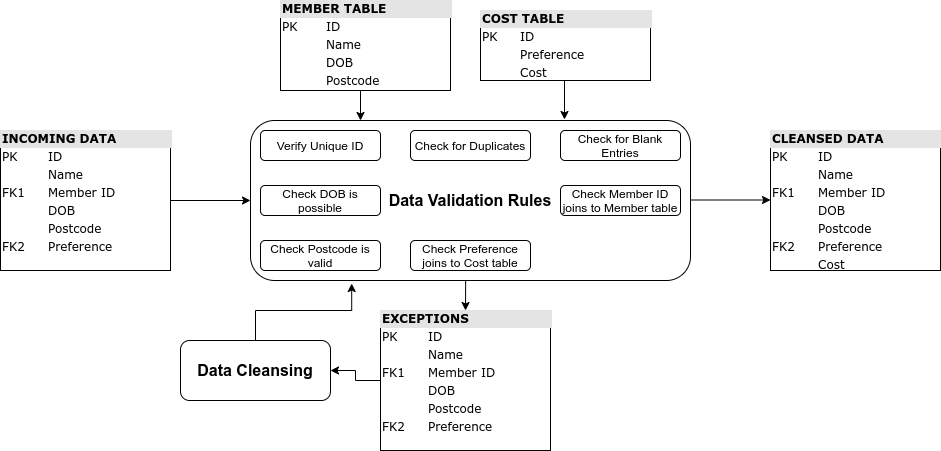
Above: DirtyData.png in MarkChevallier/DirtyData (draw.io), before the change. Source tidied: cells renumbered, new cells last; positions are measured from the earlier drawing's top-left corner, leaving out a move shared by most shapes. Source of this version:
```xml
<mxGraphModel background="#ffffff">
  <root>
    <mxCell id="0" />
    <mxCell id="1" parent="0" />
    <mxCell id="2" value="&lt;div style=&quot;box-sizing: border-box ; width: 100% ; background: #e4e4e4 ; padding: 2px&quot;&gt;&lt;b&gt;INCOMING DATA&lt;/b&gt;&lt;/div&gt;&lt;table style=&quot;width: 100% ; font-size: 1em&quot; cellpadding=&quot;2&quot; cellspacing=&quot;0&quot;&gt;&lt;tbody&gt;&lt;tr&gt;&lt;td&gt;PK&lt;/td&gt;&lt;td&gt;ID&lt;br&gt;&lt;/td&gt;&lt;/tr&gt;&lt;tr&gt;&lt;td&gt;&lt;/td&gt;&lt;td&gt;Name&lt;/td&gt;&lt;/tr&gt;&lt;tr&gt;&lt;td&gt;FK1&lt;br&gt;&lt;/td&gt;&lt;td&gt;Member ID&lt;br&gt;&lt;/td&gt;&lt;/tr&gt;&lt;tr&gt;&lt;td&gt;&lt;br&gt;&lt;/td&gt;&lt;td&gt;DOB&lt;br&gt;&lt;/td&gt;&lt;/tr&gt;&lt;tr&gt;&lt;td&gt;&lt;br&gt;&lt;/td&gt;&lt;td&gt;Postcode&lt;br&gt;&lt;/td&gt;&lt;/tr&gt;&lt;tr&gt;&lt;td&gt;FK2&lt;br&gt;&lt;/td&gt;&lt;td&gt;Preference&lt;br&gt;&lt;/td&gt;&lt;/tr&gt;&lt;/tbody&gt;&lt;/table&gt;" style="verticalAlign=top;align=left;overflow=fill;html=1;rounded=0;shadow=0;comic=0;labelBackgroundColor=none;strokeWidth=1;fontFamily=Verdana;fontSize=12;" parent="1" vertex="1">
      <mxGeometry y="130" width="170" height="140" as="geometry" />
    </mxCell>
    <mxCell id="3" style="endArrow=classic;html=1;exitX=1;exitY=0.5;exitDx=0;exitDy=0;" parent="1" edge="1" source="2" target="4">
      <mxGeometry relative="1" as="geometry" />
    </mxCell>
    <mxCell id="4" value="&lt;b style=&quot;font-size: 16px&quot;&gt;Data Validation Rules&lt;/b&gt;" style="rounded=1;whiteSpace=wrap;html=1;" parent="1" vertex="1">
      <mxGeometry x="250" y="120" width="440" height="160" as="geometry" />
    </mxCell>
    <mxCell id="5" value="Verify Unique ID" style="rounded=1;whiteSpace=wrap;html=1;" parent="1" vertex="1">
      <mxGeometry x="260" y="130" width="120" height="30" as="geometry" />
    </mxCell>
    <mxCell id="6" value="Check for Duplicates" style="rounded=1;whiteSpace=wrap;html=1;" parent="1" vertex="1">
      <mxGeometry x="410" y="130" width="120" height="30" as="geometry" />
    </mxCell>
    <mxCell id="7" value="Check for Blank Entries" style="rounded=1;whiteSpace=wrap;html=1;" parent="1" vertex="1">
      <mxGeometry x="560" y="130" width="120" height="30" as="geometry" />
    </mxCell>
    <mxCell id="8" value="Check DOB is possible" style="rounded=1;whiteSpace=wrap;html=1;" parent="1" vertex="1">
      <mxGeometry x="260" y="185" width="120" height="30" as="geometry" />
    </mxCell>
    <mxCell id="9" value="Check Postcode is valid" style="rounded=1;whiteSpace=wrap;html=1;" parent="1" vertex="1">
      <mxGeometry x="260" y="240" width="120" height="30" as="geometry" />
    </mxCell>
    <mxCell id="10" value="Check Preference joins to Cost table" style="rounded=1;whiteSpace=wrap;html=1;" parent="1" vertex="1">
      <mxGeometry x="410" y="240" width="120" height="30" as="geometry" />
    </mxCell>
    <mxCell id="11" value="Check Member ID joins to Member table" style="rounded=1;whiteSpace=wrap;html=1;" parent="1" vertex="1">
      <mxGeometry x="560" y="185" width="120" height="30" as="geometry" />
    </mxCell>
    <mxCell id="12" style="edgeStyle=orthogonalEdgeStyle;rounded=0;jettySize=auto;html=1;exitX=0.5;exitY=1;exitDx=0;exitDy=0;" parent="1" edge="1" source="13">
      <mxGeometry relative="1" as="geometry">
        <mxPoint x="564" y="119" as="targetPoint" />
      </mxGeometry>
    </mxCell>
    <mxCell id="13" value="&lt;div style=&quot;box-sizing: border-box ; width: 100% ; background: #e4e4e4 ; padding: 2px&quot;&gt;&lt;b&gt;COST TABLE&lt;/b&gt;&lt;/div&gt;&lt;table style=&quot;width: 100% ; font-size: 1em&quot; cellpadding=&quot;2&quot; cellspacing=&quot;0&quot;&gt;&lt;tbody&gt;&lt;tr&gt;&lt;td&gt;PK&lt;/td&gt;&lt;td&gt;ID&lt;br&gt;&lt;/td&gt;&lt;/tr&gt;&lt;tr&gt;&lt;td&gt;&lt;/td&gt;&lt;td&gt;Preference&lt;/td&gt;&lt;/tr&gt;&lt;tr&gt;&lt;td&gt;&lt;br&gt;&lt;/td&gt;&lt;td&gt;Cost&lt;br&gt;&lt;/td&gt;&lt;/tr&gt;&lt;/tbody&gt;&lt;/table&gt;" style="verticalAlign=top;align=left;overflow=fill;html=1;rounded=0;shadow=0;comic=0;labelBackgroundColor=none;strokeWidth=1;fontFamily=Verdana;fontSize=12;" parent="1" vertex="1">
      <mxGeometry x="480" y="10" width="170" height="70" as="geometry" />
    </mxCell>
    <mxCell id="14" style="edgeStyle=orthogonalEdgeStyle;rounded=0;jettySize=auto;html=1;exitX=0.5;exitY=1;exitDx=0;exitDy=0;entryX=0.25;entryY=0;entryDx=0;entryDy=0;" parent="1" edge="1" source="15" target="4">
      <mxGeometry relative="1" as="geometry" />
    </mxCell>
    <mxCell id="15" value="&lt;div style=&quot;box-sizing: border-box ; width: 100% ; background: #e4e4e4 ; padding: 2px&quot;&gt;&lt;b&gt;MEMBER TABLE&lt;/b&gt;&lt;/div&gt;&lt;table style=&quot;width: 100% ; font-size: 1em&quot; cellpadding=&quot;2&quot; cellspacing=&quot;0&quot;&gt;&lt;tbody&gt;&lt;tr&gt;&lt;td&gt;PK&lt;/td&gt;&lt;td&gt;ID&lt;br&gt;&lt;/td&gt;&lt;/tr&gt;&lt;tr&gt;&lt;td&gt;&lt;/td&gt;&lt;td&gt;Name&lt;/td&gt;&lt;/tr&gt;&lt;tr&gt;&lt;td&gt;&lt;br&gt;&lt;/td&gt;&lt;td&gt;DOB&lt;br&gt;&lt;/td&gt;&lt;/tr&gt;&lt;tr&gt;&lt;td&gt;&lt;br&gt;&lt;/td&gt;&lt;td&gt;Postcode&lt;/td&gt;&lt;/tr&gt;&lt;/tbody&gt;&lt;/table&gt;" style="verticalAlign=top;align=left;overflow=fill;html=1;rounded=0;shadow=0;comic=0;labelBackgroundColor=none;strokeWidth=1;fontFamily=Verdana;fontSize=12;" parent="1" vertex="1">
      <mxGeometry x="280" width="170" height="90" as="geometry" />
    </mxCell>
    <mxCell id="16" value="&lt;div style=&quot;box-sizing: border-box ; width: 100% ; background: #e4e4e4 ; padding: 2px&quot;&gt;&lt;b&gt;CLEANSED DATA&lt;/b&gt;&lt;/div&gt;&lt;table style=&quot;width: 100% ; font-size: 1em&quot; cellpadding=&quot;2&quot; cellspacing=&quot;0&quot;&gt;&lt;tbody&gt;&lt;tr&gt;&lt;td&gt;PK&lt;/td&gt;&lt;td&gt;ID&lt;br&gt;&lt;/td&gt;&lt;/tr&gt;&lt;tr&gt;&lt;td&gt;&lt;/td&gt;&lt;td&gt;Name&lt;/td&gt;&lt;/tr&gt;&lt;tr&gt;&lt;td&gt;FK1&lt;br&gt;&lt;/td&gt;&lt;td&gt;Member ID&lt;br&gt;&lt;/td&gt;&lt;/tr&gt;&lt;tr&gt;&lt;td&gt;&lt;br&gt;&lt;/td&gt;&lt;td&gt;DOB&lt;br&gt;&lt;/td&gt;&lt;/tr&gt;&lt;tr&gt;&lt;td&gt;&lt;br&gt;&lt;/td&gt;&lt;td&gt;Postcode&lt;br&gt;&lt;/td&gt;&lt;/tr&gt;&lt;tr&gt;&lt;td&gt;FK2&lt;br&gt;&lt;/td&gt;&lt;td&gt;Preference&lt;br&gt;&lt;/td&gt;&lt;/tr&gt;&lt;tr&gt;&lt;td&gt;&lt;br&gt;&lt;/td&gt;&lt;td&gt;Cost&lt;/td&gt;&lt;/tr&gt;&lt;/tbody&gt;&lt;/table&gt;" style="verticalAlign=top;align=left;overflow=fill;html=1;rounded=0;shadow=0;comic=0;labelBackgroundColor=none;strokeWidth=1;fontFamily=Verdana;fontSize=12;" parent="1" vertex="1">
      <mxGeometry x="770" y="130" width="170" height="140" as="geometry" />
    </mxCell>
    <mxCell id="17" style="endArrow=classic;html=1;exitX=1;exitY=0.5;exitDx=0;exitDy=0;" parent="1" edge="1">
      <mxGeometry relative="1" as="geometry">
        <mxPoint x="690" y="199.5" as="sourcePoint" />
        <mxPoint x="770" y="199.5" as="targetPoint" />
      </mxGeometry>
    </mxCell>
    <mxCell id="18" style="edgeStyle=orthogonalEdgeStyle;rounded=0;jettySize=auto;html=1;entryX=1;entryY=0.5;entryDx=0;entryDy=0;" parent="1" edge="1" source="19" target="22">
      <mxGeometry relative="1" as="geometry" />
    </mxCell>
    <mxCell id="19" value="&lt;div style=&quot;box-sizing: border-box ; width: 100% ; background: #e4e4e4 ; padding: 2px&quot;&gt;&lt;b&gt;EXCEPTIONS&lt;/b&gt;&lt;/div&gt;&lt;table style=&quot;width: 100% ; font-size: 1em&quot; cellpadding=&quot;2&quot; cellspacing=&quot;0&quot;&gt;&lt;tbody&gt;&lt;tr&gt;&lt;td&gt;PK&lt;/td&gt;&lt;td&gt;ID&lt;br&gt;&lt;/td&gt;&lt;/tr&gt;&lt;tr&gt;&lt;td&gt;&lt;/td&gt;&lt;td&gt;Name&lt;/td&gt;&lt;/tr&gt;&lt;tr&gt;&lt;td&gt;FK1&lt;br&gt;&lt;/td&gt;&lt;td&gt;Member ID&lt;br&gt;&lt;/td&gt;&lt;/tr&gt;&lt;tr&gt;&lt;td&gt;&lt;br&gt;&lt;/td&gt;&lt;td&gt;DOB&lt;br&gt;&lt;/td&gt;&lt;/tr&gt;&lt;tr&gt;&lt;td&gt;&lt;br&gt;&lt;/td&gt;&lt;td&gt;Postcode&lt;br&gt;&lt;/td&gt;&lt;/tr&gt;&lt;tr&gt;&lt;td&gt;FK2&lt;br&gt;&lt;/td&gt;&lt;td&gt;Preference&lt;br&gt;&lt;/td&gt;&lt;/tr&gt;&lt;/tbody&gt;&lt;/table&gt;" style="verticalAlign=top;align=left;overflow=fill;html=1;rounded=0;shadow=0;comic=0;labelBackgroundColor=none;strokeWidth=1;fontFamily=Verdana;fontSize=12;" parent="1" vertex="1">
      <mxGeometry x="380" y="310" width="170" height="140" as="geometry" />
    </mxCell>
    <mxCell id="20" style="endArrow=classic;html=1;entryX=0.5;entryY=0;entryDx=0;entryDy=0;exitX=0.489;exitY=1;exitDx=0;exitDy=0;exitPerimeter=0;" parent="1" edge="1" source="4" target="19">
      <mxGeometry relative="1" as="geometry" />
    </mxCell>
    <mxCell id="21" style="edgeStyle=orthogonalEdgeStyle;rounded=0;jettySize=auto;html=1;entryX=0.23;entryY=1.019;entryDx=0;entryDy=0;entryPerimeter=0;" parent="1" edge="1" source="22" target="4">
      <mxGeometry relative="1" as="geometry" />
    </mxCell>
    <mxCell id="22" value="&lt;b style=&quot;font-size: 16px&quot;&gt;Data Cleansing&lt;/b&gt;" style="rounded=1;whiteSpace=wrap;html=1;" parent="1" vertex="1">
      <mxGeometry x="180" y="340" width="150" height="60" as="geometry" />
    </mxCell>
  </root>
</mxGraphModel>
```
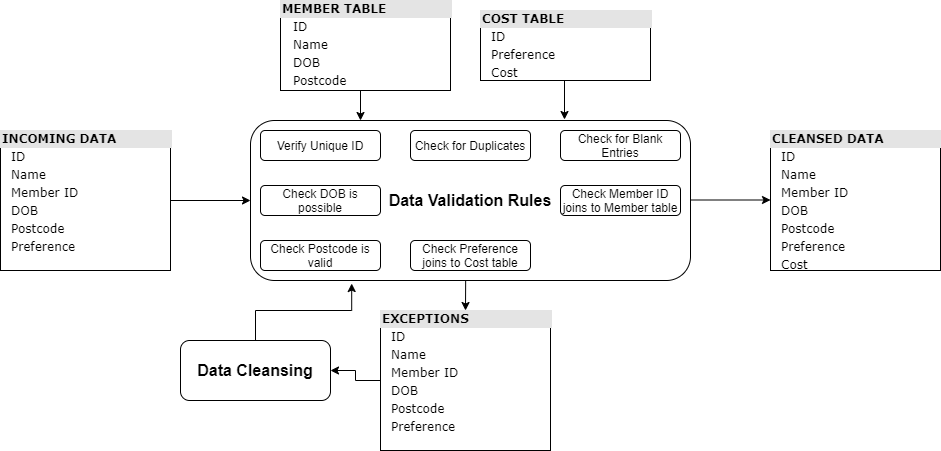
After the change.

Change to the diagram source:
```diff
@@ -2,7 +2,7 @@
   <root>
     <mxCell id="0" />
     <mxCell id="1" parent="0" />
-    <mxCell id="2" value="&lt;div style=&quot;box-sizing: border-box ; width: 100% ; background: #e4e4e4 ; padding: 2px&quot;&gt;&lt;b&gt;INCOMING DATA&lt;/b&gt;&lt;/div&gt;&lt;table style=&quot;width: 100% ; font-size: 1em&quot; cellpadding=&quot;2&quot; cellspacing=&quot;0&quot;&gt;&lt;tbody&gt;&lt;tr&gt;&lt;td&gt;PK&lt;/td&gt;&lt;td&gt;ID&lt;br&gt;&lt;/td&gt;&lt;/tr&gt;&lt;tr&gt;&lt;td&gt;&lt;/td&gt;&lt;td&gt;Name&lt;/td&gt;&lt;/tr&gt;&lt;tr&gt;&lt;td&gt;FK1&lt;br&gt;&lt;/td&gt;&lt;td&gt;Member ID&lt;br&gt;&lt;/td&gt;&lt;/tr&gt;&lt;tr&gt;&lt;td&gt;&lt;br&gt;&lt;/td&gt;&lt;td&gt;DOB&lt;br&gt;&lt;/td&gt;&lt;/tr&gt;&lt;tr&gt;&lt;td&gt;&lt;br&gt;&lt;/td&gt;&lt;td&gt;Postcode&lt;br&gt;&lt;/td&gt;&lt;/tr&gt;&lt;tr&gt;&lt;td&gt;FK2&lt;br&gt;&lt;/td&gt;&lt;td&gt;Preference&lt;br&gt;&lt;/td&gt;&lt;/tr&gt;&lt;/tbody&gt;&lt;/table&gt;" style="verticalAlign=top;align=left;overflow=fill;html=1;rounded=0;shadow=0;comic=0;labelBackgroundColor=none;strokeWidth=1;fontFamily=Verdana;fontSize=12;" parent="1" vertex="1">
+    <mxCell id="2" value="&lt;div style=&quot;box-sizing: border-box ; width: 100% ; background: #e4e4e4 ; padding: 2px&quot;&gt;&lt;b&gt;INCOMING DATA&lt;/b&gt;&lt;/div&gt;&lt;table style=&quot;width: 100% ; font-size: 1em&quot; cellpadding=&quot;2&quot; cellspacing=&quot;0&quot;&gt;&lt;tbody&gt;&lt;tr&gt;&lt;td&gt;&lt;br&gt;&lt;/td&gt;&lt;td&gt;ID&lt;br&gt;&lt;/td&gt;&lt;/tr&gt;&lt;tr&gt;&lt;td&gt;&lt;/td&gt;&lt;td&gt;Name&lt;/td&gt;&lt;/tr&gt;&lt;tr&gt;&lt;td&gt;&lt;br&gt;&lt;/td&gt;&lt;td&gt;Member ID&lt;br&gt;&lt;/td&gt;&lt;/tr&gt;&lt;tr&gt;&lt;td&gt;&lt;br&gt;&lt;/td&gt;&lt;td&gt;DOB&lt;br&gt;&lt;/td&gt;&lt;/tr&gt;&lt;tr&gt;&lt;td&gt;&lt;br&gt;&lt;/td&gt;&lt;td&gt;Postcode&lt;br&gt;&lt;/td&gt;&lt;/tr&gt;&lt;tr&gt;&lt;td&gt;&lt;br&gt;&lt;/td&gt;&lt;td&gt;Preference&lt;br&gt;&lt;/td&gt;&lt;/tr&gt;&lt;/tbody&gt;&lt;/table&gt;" style="verticalAlign=top;align=left;overflow=fill;html=1;rounded=0;shadow=0;comic=0;labelBackgroundColor=none;strokeWidth=1;fontFamily=Verdana;fontSize=12;" parent="1" vertex="1">
       <mxGeometry y="130" width="170" height="140" as="geometry" />
     </mxCell>
     <mxCell id="3" style="endArrow=classic;html=1;exitX=1;exitY=0.5;exitDx=0;exitDy=0;" parent="1" edge="1" source="2" target="4">
@@ -37,16 +37,16 @@
         <mxPoint x="564" y="119" as="targetPoint" />
       </mxGeometry>
     </mxCell>
-    <mxCell id="13" value="&lt;div style=&quot;box-sizing: border-box ; width: 100% ; background: #e4e4e4 ; padding: 2px&quot;&gt;&lt;b&gt;COST TABLE&lt;/b&gt;&lt;/div&gt;&lt;table style=&quot;width: 100% ; font-size: 1em&quot; cellpadding=&quot;2&quot; cellspacing=&quot;0&quot;&gt;&lt;tbody&gt;&lt;tr&gt;&lt;td&gt;PK&lt;/td&gt;&lt;td&gt;ID&lt;br&gt;&lt;/td&gt;&lt;/tr&gt;&lt;tr&gt;&lt;td&gt;&lt;/td&gt;&lt;td&gt;Preference&lt;/td&gt;&lt;/tr&gt;&lt;tr&gt;&lt;td&gt;&lt;br&gt;&lt;/td&gt;&lt;td&gt;Cost&lt;br&gt;&lt;/td&gt;&lt;/tr&gt;&lt;/tbody&gt;&lt;/table&gt;" style="verticalAlign=top;align=left;overflow=fill;html=1;rounded=0;shadow=0;comic=0;labelBackgroundColor=none;strokeWidth=1;fontFamily=Verdana;fontSize=12;" parent="1" vertex="1">
+    <mxCell id="13" value="&lt;div style=&quot;box-sizing: border-box ; width: 100% ; background: #e4e4e4 ; padding: 2px&quot;&gt;&lt;b&gt;COST TABLE&lt;/b&gt;&lt;/div&gt;&lt;table style=&quot;width: 100% ; font-size: 1em&quot; cellpadding=&quot;2&quot; cellspacing=&quot;0&quot;&gt;&lt;tbody&gt;&lt;tr&gt;&lt;td&gt;&lt;br&gt;&lt;/td&gt;&lt;td&gt;ID&lt;br&gt;&lt;/td&gt;&lt;/tr&gt;&lt;tr&gt;&lt;td&gt;&lt;/td&gt;&lt;td&gt;Preference&lt;/td&gt;&lt;/tr&gt;&lt;tr&gt;&lt;td&gt;&lt;br&gt;&lt;/td&gt;&lt;td&gt;Cost&lt;br&gt;&lt;/td&gt;&lt;/tr&gt;&lt;/tbody&gt;&lt;/table&gt;" style="verticalAlign=top;align=left;overflow=fill;html=1;rounded=0;shadow=0;comic=0;labelBackgroundColor=none;strokeWidth=1;fontFamily=Verdana;fontSize=12;" parent="1" vertex="1">
       <mxGeometry x="480" y="10" width="170" height="70" as="geometry" />
     </mxCell>
     <mxCell id="14" style="edgeStyle=orthogonalEdgeStyle;rounded=0;jettySize=auto;html=1;exitX=0.5;exitY=1;exitDx=0;exitDy=0;entryX=0.25;entryY=0;entryDx=0;entryDy=0;" parent="1" edge="1" source="15" target="4">
       <mxGeometry relative="1" as="geometry" />
     </mxCell>
-    <mxCell id="15" value="&lt;div style=&quot;box-sizing: border-box ; width: 100% ; background: #e4e4e4 ; padding: 2px&quot;&gt;&lt;b&gt;MEMBER TABLE&lt;/b&gt;&lt;/div&gt;&lt;table style=&quot;width: 100% ; font-size: 1em&quot; cellpadding=&quot;2&quot; cellspacing=&quot;0&quot;&gt;&lt;tbody&gt;&lt;tr&gt;&lt;td&gt;PK&lt;/td&gt;&lt;td&gt;ID&lt;br&gt;&lt;/td&gt;&lt;/tr&gt;&lt;tr&gt;&lt;td&gt;&lt;/td&gt;&lt;td&gt;Name&lt;/td&gt;&lt;/tr&gt;&lt;tr&gt;&lt;td&gt;&lt;br&gt;&lt;/td&gt;&lt;td&gt;DOB&lt;br&gt;&lt;/td&gt;&lt;/tr&gt;&lt;tr&gt;&lt;td&gt;&lt;br&gt;&lt;/td&gt;&lt;td&gt;Postcode&lt;/td&gt;&lt;/tr&gt;&lt;/tbody&gt;&lt;/table&gt;" style="verticalAlign=top;align=left;overflow=fill;html=1;rounded=0;shadow=0;comic=0;labelBackgroundColor=none;strokeWidth=1;fontFamily=Verdana;fontSize=12;" parent="1" vertex="1">
+    <mxCell id="15" value="&lt;div style=&quot;box-sizing: border-box ; width: 100% ; background: #e4e4e4 ; padding: 2px&quot;&gt;&lt;b&gt;MEMBER TABLE&lt;/b&gt;&lt;/div&gt;&lt;table style=&quot;width: 100% ; font-size: 1em&quot; cellpadding=&quot;2&quot; cellspacing=&quot;0&quot;&gt;&lt;tbody&gt;&lt;tr&gt;&lt;td&gt;&lt;br&gt;&lt;/td&gt;&lt;td&gt;ID&lt;br&gt;&lt;/td&gt;&lt;/tr&gt;&lt;tr&gt;&lt;td&gt;&lt;/td&gt;&lt;td&gt;Name&lt;/td&gt;&lt;/tr&gt;&lt;tr&gt;&lt;td&gt;&lt;br&gt;&lt;/td&gt;&lt;td&gt;DOB&lt;br&gt;&lt;/td&gt;&lt;/tr&gt;&lt;tr&gt;&lt;td&gt;&lt;br&gt;&lt;/td&gt;&lt;td&gt;Postcode&lt;/td&gt;&lt;/tr&gt;&lt;/tbody&gt;&lt;/table&gt;" style="verticalAlign=top;align=left;overflow=fill;html=1;rounded=0;shadow=0;comic=0;labelBackgroundColor=none;strokeWidth=1;fontFamily=Verdana;fontSize=12;" parent="1" vertex="1">
       <mxGeometry x="280" width="170" height="90" as="geometry" />
     </mxCell>
-    <mxCell id="16" value="&lt;div style=&quot;box-sizing: border-box ; width: 100% ; background: #e4e4e4 ; padding: 2px&quot;&gt;&lt;b&gt;CLEANSED DATA&lt;/b&gt;&lt;/div&gt;&lt;table style=&quot;width: 100% ; font-size: 1em&quot; cellpadding=&quot;2&quot; cellspacing=&quot;0&quot;&gt;&lt;tbody&gt;&lt;tr&gt;&lt;td&gt;PK&lt;/td&gt;&lt;td&gt;ID&lt;br&gt;&lt;/td&gt;&lt;/tr&gt;&lt;tr&gt;&lt;td&gt;&lt;/td&gt;&lt;td&gt;Name&lt;/td&gt;&lt;/tr&gt;&lt;tr&gt;&lt;td&gt;FK1&lt;br&gt;&lt;/td&gt;&lt;td&gt;Member ID&lt;br&gt;&lt;/td&gt;&lt;/tr&gt;&lt;tr&gt;&lt;td&gt;&lt;br&gt;&lt;/td&gt;&lt;td&gt;DOB&lt;br&gt;&lt;/td&gt;&lt;/tr&gt;&lt;tr&gt;&lt;td&gt;&lt;br&gt;&lt;/td&gt;&lt;td&gt;Postcode&lt;br&gt;&lt;/td&gt;&lt;/tr&gt;&lt;tr&gt;&lt;td&gt;FK2&lt;br&gt;&lt;/td&gt;&lt;td&gt;Preference&lt;br&gt;&lt;/td&gt;&lt;/tr&gt;&lt;tr&gt;&lt;td&gt;&lt;br&gt;&lt;/td&gt;&lt;td&gt;Cost&lt;/td&gt;&lt;/tr&gt;&lt;/tbody&gt;&lt;/table&gt;" style="verticalAlign=top;align=left;overflow=fill;html=1;rounded=0;shadow=0;comic=0;labelBackgroundColor=none;strokeWidth=1;fontFamily=Verdana;fontSize=12;" parent="1" vertex="1">
+    <mxCell id="16" value="&lt;div style=&quot;box-sizing: border-box ; width: 100% ; background: #e4e4e4 ; padding: 2px&quot;&gt;&lt;b&gt;CLEANSED DATA&lt;/b&gt;&lt;/div&gt;&lt;table style=&quot;width: 100% ; font-size: 1em&quot; cellpadding=&quot;2&quot; cellspacing=&quot;0&quot;&gt;&lt;tbody&gt;&lt;tr&gt;&lt;td&gt;&lt;br&gt;&lt;/td&gt;&lt;td&gt;ID&lt;br&gt;&lt;/td&gt;&lt;/tr&gt;&lt;tr&gt;&lt;td&gt;&lt;/td&gt;&lt;td&gt;Name&lt;/td&gt;&lt;/tr&gt;&lt;tr&gt;&lt;td&gt;&lt;br&gt;&lt;/td&gt;&lt;td&gt;Member ID&lt;br&gt;&lt;/td&gt;&lt;/tr&gt;&lt;tr&gt;&lt;td&gt;&lt;br&gt;&lt;/td&gt;&lt;td&gt;DOB&lt;br&gt;&lt;/td&gt;&lt;/tr&gt;&lt;tr&gt;&lt;td&gt;&lt;br&gt;&lt;/td&gt;&lt;td&gt;Postcode&lt;br&gt;&lt;/td&gt;&lt;/tr&gt;&lt;tr&gt;&lt;td&gt;&lt;br&gt;&lt;/td&gt;&lt;td&gt;Preference&lt;br&gt;&lt;/td&gt;&lt;/tr&gt;&lt;tr&gt;&lt;td&gt;&lt;br&gt;&lt;/td&gt;&lt;td&gt;Cost&lt;/td&gt;&lt;/tr&gt;&lt;/tbody&gt;&lt;/table&gt;" style="verticalAlign=top;align=left;overflow=fill;html=1;rounded=0;shadow=0;comic=0;labelBackgroundColor=none;strokeWidth=1;fontFamily=Verdana;fontSize=12;" parent="1" vertex="1">
       <mxGeometry x="770" y="130" width="170" height="140" as="geometry" />
     </mxCell>
     <mxCell id="17" style="endArrow=classic;html=1;exitX=1;exitY=0.5;exitDx=0;exitDy=0;" parent="1" edge="1">
@@ -58,7 +58,7 @@
     <mxCell id="18" style="edgeStyle=orthogonalEdgeStyle;rounded=0;jettySize=auto;html=1;entryX=1;entryY=0.5;entryDx=0;entryDy=0;" parent="1" edge="1" source="19" target="22">
       <mxGeometry relative="1" as="geometry" />
     </mxCell>
-    <mxCell id="19" value="&lt;div style=&quot;box-sizing: border-box ; width: 100% ; background: #e4e4e4 ; padding: 2px&quot;&gt;&lt;b&gt;EXCEPTIONS&lt;/b&gt;&lt;/div&gt;&lt;table style=&quot;width: 100% ; font-size: 1em&quot; cellpadding=&quot;2&quot; cellspacing=&quot;0&quot;&gt;&lt;tbody&gt;&lt;tr&gt;&lt;td&gt;PK&lt;/td&gt;&lt;td&gt;ID&lt;br&gt;&lt;/td&gt;&lt;/tr&gt;&lt;tr&gt;&lt;td&gt;&lt;/td&gt;&lt;td&gt;Name&lt;/td&gt;&lt;/tr&gt;&lt;tr&gt;&lt;td&gt;FK1&lt;br&gt;&lt;/td&gt;&lt;td&gt;Member ID&lt;br&gt;&lt;/td&gt;&lt;/tr&gt;&lt;tr&gt;&lt;td&gt;&lt;br&gt;&lt;/td&gt;&lt;td&gt;DOB&lt;br&gt;&lt;/td&gt;&lt;/tr&gt;&lt;tr&gt;&lt;td&gt;&lt;br&gt;&lt;/td&gt;&lt;td&gt;Postcode&lt;br&gt;&lt;/td&gt;&lt;/tr&gt;&lt;tr&gt;&lt;td&gt;FK2&lt;br&gt;&lt;/td&gt;&lt;td&gt;Preference&lt;br&gt;&lt;/td&gt;&lt;/tr&gt;&lt;/tbody&gt;&lt;/table&gt;" style="verticalAlign=top;align=left;overflow=fill;html=1;rounded=0;shadow=0;comic=0;labelBackgroundColor=none;strokeWidth=1;fontFamily=Verdana;fontSize=12;" parent="1" vertex="1">
+    <mxCell id="19" value="&lt;div style=&quot;box-sizing: border-box ; width: 100% ; background: #e4e4e4 ; padding: 2px&quot;&gt;&lt;b&gt;EXCEPTIONS&lt;/b&gt;&lt;/div&gt;&lt;table style=&quot;width: 100% ; font-size: 1em&quot; cellpadding=&quot;2&quot; cellspacing=&quot;0&quot;&gt;&lt;tbody&gt;&lt;tr&gt;&lt;td&gt;&lt;br&gt;&lt;/td&gt;&lt;td&gt;ID&lt;br&gt;&lt;/td&gt;&lt;/tr&gt;&lt;tr&gt;&lt;td&gt;&lt;/td&gt;&lt;td&gt;Name&lt;/td&gt;&lt;/tr&gt;&lt;tr&gt;&lt;td&gt;&lt;br&gt;&lt;/td&gt;&lt;td&gt;Member ID&lt;br&gt;&lt;/td&gt;&lt;/tr&gt;&lt;tr&gt;&lt;td&gt;&lt;br&gt;&lt;/td&gt;&lt;td&gt;DOB&lt;br&gt;&lt;/td&gt;&lt;/tr&gt;&lt;tr&gt;&lt;td&gt;&lt;br&gt;&lt;/td&gt;&lt;td&gt;Postcode&lt;br&gt;&lt;/td&gt;&lt;/tr&gt;&lt;tr&gt;&lt;td&gt;&lt;br&gt;&lt;/td&gt;&lt;td&gt;Preference&lt;br&gt;&lt;/td&gt;&lt;/tr&gt;&lt;/tbody&gt;&lt;/table&gt;" style="verticalAlign=top;align=left;overflow=fill;html=1;rounded=0;shadow=0;comic=0;labelBackgroundColor=none;strokeWidth=1;fontFamily=Verdana;fontSize=12;" parent="1" vertex="1">
       <mxGeometry x="380" y="310" width="170" height="140" as="geometry" />
     </mxCell>
     <mxCell id="20" style="endArrow=classic;html=1;entryX=0.5;entryY=0;entryDx=0;entryDy=0;exitX=0.489;exitY=1;exitDx=0;exitDy=0;exitPerimeter=0;" parent="1" edge="1" source="4" target="19">
```
